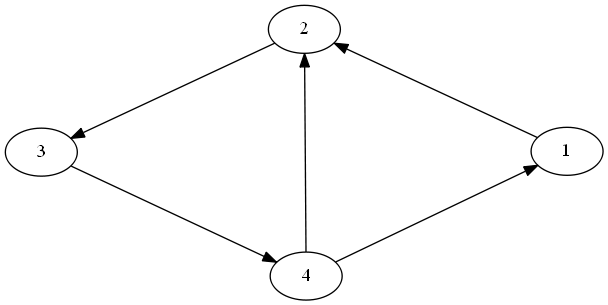
Earlier version of the Graphviz export testes/grafo1.png (vinicius-de-souza/graphapplication). Its source is kept beside it as testes/grafo1.dot.
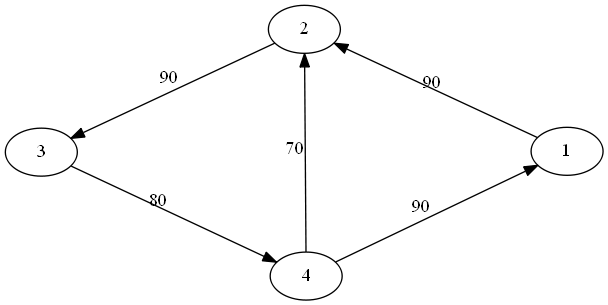
After the commit.

The edit, as a diff of the source:
```diff
@@ -1,9 +1,9 @@
 strict digraph G {
 
-    1 ->  2
-    2 ->  3
-    3 ->  4
-    4 ->  1
-    4 ->  2
+    1 ->  2 [label=" 90"]
+    2 ->  3 [label=" 90"]
+    3 ->  4 [label=" 80"]
+    4 ->  1 [label=" 90"]
+    4 ->  2 [label=" 70"]
 
  }
```
